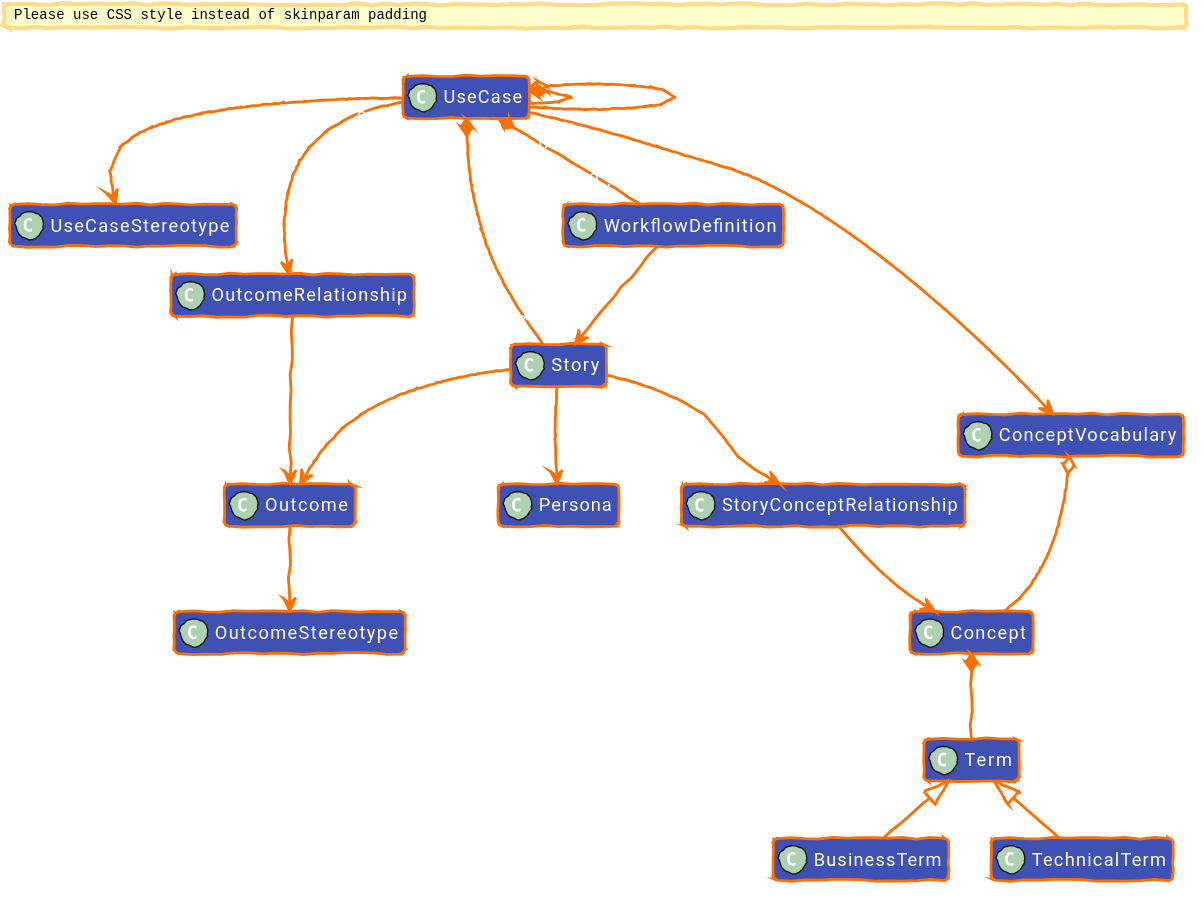
Above: diagrams/out/uctm-partial-class-diagram_dark.svg in EKGF/ekg-method (PlantUML), before the change. Source of this version:
```plantuml
@startuml
!option handwritten true
!define BG_MAIN_COLOR      #4051b5
!define BG_SECONDARY_COLOR #4051b5
!define BG_PACKAGE_COLOR   #4051b5
!define BORDER_COLOR       #ff6f00
!define FONT_COLOR         #ffffff
!define ARROW_COLOR        #ff6f00

skinparam backgroundColor transparent

skinparam Padding 2
skinparam RoundCorner 6
skinparam Shadowing false
skinparam HyperlinkUnderline true
skinparam HyperlinkColor #ff6f00
skinparam ranksep 40
skinparam nodesep 30

skinparam Default {
FontName "Roboto"
FontColor FONT_COLOR
FontSize 13
}

skinparam Arrow {
Color ARROW_COLOR
FontColor #ffffff
FontStyle normal
Thickness 2
}

skinparam class {
BackgroundColor BG_MAIN_COLOR
BorderColor BORDER_COLOR
BorderThickness 2
FontColor FONT_COLOR
AttributeFontColor FONT_COLOR
ArrowColor ARROW_COLOR
ArrowThickness 2
}

skinparam package {
FontColor FONT_COLOR
BackgroundColor BG_MAIN_COLOR
BorderColor BORDER_COLOR
}

skinparam state {
BackgroundColor BG_MAIN_COLOR
FontColor FONT_COLOR
AttributeFontColor FONT_COLOR
ArrowColor ARROW_COLOR
BorderColor BORDER_COLOR
BorderThickness 2
StartColor #ffffff
EndColor #ffffff
}

skinparam StateStartColor #ffffff
skinparam StateEndColor #ffffff
skinparam StateStartBackgroundColor #ffffff
skinparam StateEndBackgroundColor #ffffff
skinparam StateStartBorderColor #ffffff
skinparam StateEndBorderColor #ffffff
skinparam StateStartFillColor #ffffff
skinparam StateEndFillColor #ffffff

top to bottom direction
hide members

class "UseCase" as UseCase [[/concept/use-case/#ontology]]
class "UseCaseStereotype" as UseCaseStereotype [[/concept/use-case/use-case-stereotype/#ontology]]
class "Story" as Story [[/concept/story/#ontology]]
class "WorkflowDefinition" as WorkflowDefinition [[/concept/workflow/#ontology]]
class "Outcome" as Outcome [[/concept/outcome/#ontology]]
class "OutcomeStereotype" as OutcomeStereotype [[/concept/outcome/outcome-stereotype/#ontology]]
class "OutcomeRelationship" as OutcomeRelationship [[/concept/outcome/outcome-relationship/#ontology]]
class "Concept" as Concept [[/concept/concept/#ontology]]
class "ConceptVocabulary" as ConceptVocabulary [[/concept/concept/concept-vocabulary/#ontology]]
class "Term" as Term [[/concept/term/#ontology]]
class "BusinessTerm" as BusinessTerm [[/concept/term/business-term/#ontology]]
class "TechnicalTerm" as TechnicalTerm [[/concept/term/technical-term/#ontology]]
class "Persona" as Persona [[/concept/persona/#ontology]]
class "StoryConceptRelationship" as StoryConceptRelationship [[/concept/concept/story-concept-relationship/#ontology]]

UseCase "1" *-- "0..*" Story : owns
UseCase "1" *-- "0..*" WorkflowDefinition : owns
UseCase "0..1" *-- "0..*" UseCase : is-part-of
UseCase "0..*" o-- "0..*" UseCase : is-used-in
Concept "1" *-- "1..*" Term : owns

Term <|-- BusinessTerm
Term <|-- TechnicalTerm

UseCase "0..1" --> "1" UseCaseStereotype : hasStereotype
Outcome "0..1" --> "1" OutcomeStereotype : hasStereotype
UseCase "0..*" --> "0..*" OutcomeRelationship : outcomeLink
OutcomeRelationship --> Outcome : targetOutcome
UseCase "0..*" --> "0..*" ConceptVocabulary : references/owns
ConceptVocabulary "1" o-- "0..*" Concept : contains

Story --> Persona : story:playedBy
Story --> Outcome : story:contributesTo
Story --> StoryConceptRelationship : story:relatedConcept
StoryConceptRelationship --> Concept: story:concept
WorkflowDefinition --> Story : workflow:firstStep
@enduml
```
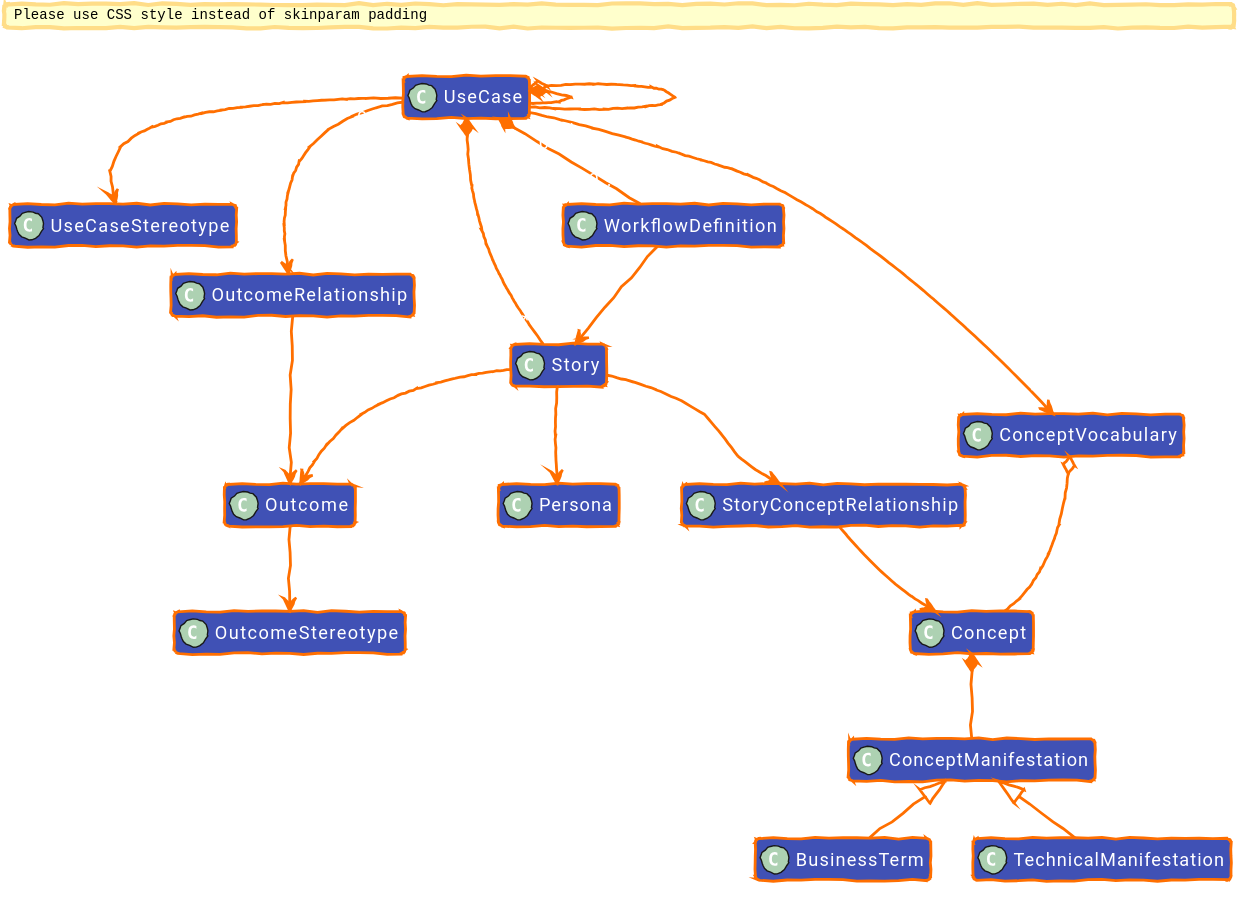
After the change.

Diff of the diagram source:
```diff
@@ -78,9 +78,9 @@
 class "OutcomeRelationship" as OutcomeRelationship [[/concept/outcome/outcome-relationship/#ontology]]
 class "Concept" as Concept [[/concept/concept/#ontology]]
 class "ConceptVocabulary" as ConceptVocabulary [[/concept/concept/concept-vocabulary/#ontology]]
-class "Term" as Term [[/concept/term/#ontology]]
+class "ConceptManifestation" as ConceptManifestation [[/concept/term/#ontology]]
 class "BusinessTerm" as BusinessTerm [[/concept/term/business-term/#ontology]]
-class "TechnicalTerm" as TechnicalTerm [[/concept/term/technical-term/#ontology]]
+class "TechnicalManifestation" as TechnicalManifestation [[/concept/term/technical-term/#ontology]]
 class "Persona" as Persona [[/concept/persona/#ontology]]
 class "StoryConceptRelationship" as StoryConceptRelationship [[/concept/concept/story-concept-relationship/#ontology]]
 
@@ -88,10 +88,10 @@
 UseCase "1" *-- "0..*" WorkflowDefinition : owns
 UseCase "0..1" *-- "0..*" UseCase : is-part-of
 UseCase "0..*" o-- "0..*" UseCase : is-used-in
-Concept "1" *-- "1..*" Term : owns
+Concept "1" *-- "0..*" ConceptManifestation : owns
 
-Term <|-- BusinessTerm
-Term <|-- TechnicalTerm
+ConceptManifestation <|-- BusinessTerm
+ConceptManifestation <|-- TechnicalManifestation
 
 UseCase "0..1" --> "1" UseCaseStereotype : hasStereotype
 Outcome "0..1" --> "1" OutcomeStereotype : hasStereotype
```
